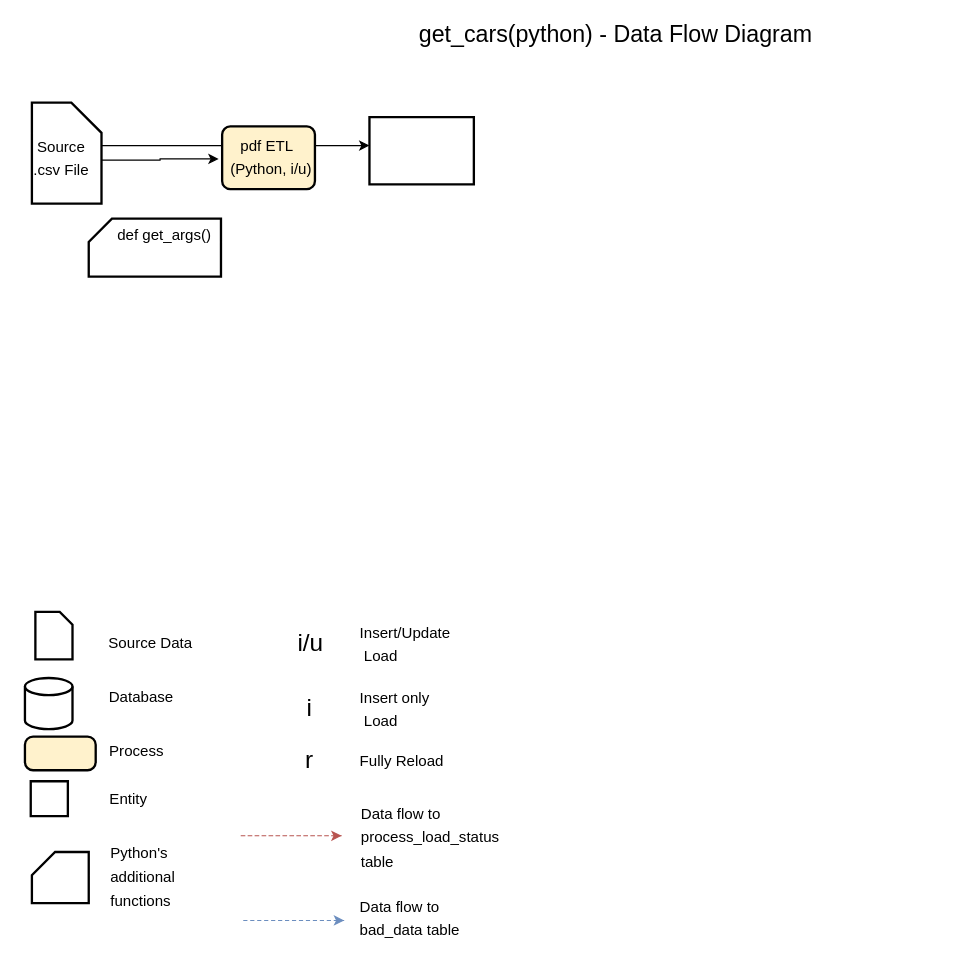
This is page "DF Diagram" (1 of 4) of diagrams/get_cars(python) - data flow diagram.drawio from mrM0nk/data_engineer_2023, a draw.io file, before an edit. Source tidied: cells renumbered, new cells numbered last; positions are measured from the earlier drawing's top-left corner, leaving out a move shared by most shapes. Both pictures are drawn from the tidied source at 116%, with x=0, y=0 at pixel (20, 21).
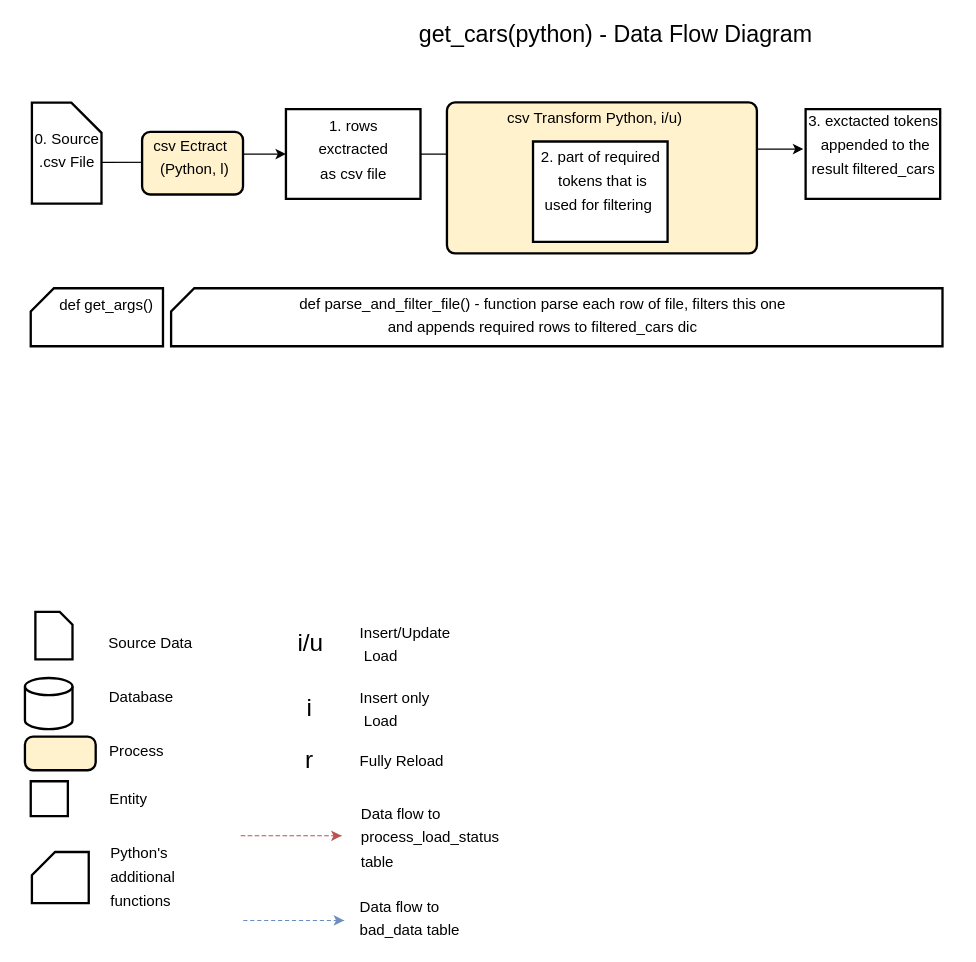
Above is the later version.

Unchanged cells that the change refers to:
```xml
<mxCell id="4" style="verticalLabelPosition=bottom;verticalAlign=top;html=1;strokeWidth=2;shape=card;whiteSpace=wrap;size=26;arcSize=12;startSize=26;fillColor=#FFFFFF;fontSize=17;direction=south;" parent="1" vertex="1">
  <mxGeometry x="10" y="70" width="60" height="87" as="geometry" />
</mxCell>
```

What changed in the source:
```diff
@@
-    <mxCell id="3" style="edgeStyle=orthogonalEdgeStyle;rounded=0;jettySize=auto;html=1;exitX=1;exitY=0.543;exitDx=0;exitDy=0;exitPerimeter=0;startArrow=none;startFill=0;startSize=6;endArrow=classic;endFill=1;fontSize=17;" parent="1" edge="1" source="9" target="7">
-      <mxGeometry relative="1" as="geometry">
-        <Array as="points">
-          <mxPoint x="69" y="107" />
-        </Array>
-      </mxGeometry>
+    <mxCell id="3" style="edgeStyle=orthogonalEdgeStyle;rounded=0;jettySize=auto;html=1;startArrow=none;startFill=0;startSize=6;endArrow=classic;endFill=1;fontSize=17;exitX=0.591;exitY=0.009;exitDx=0;exitDy=0;exitPerimeter=0;" parent="1" edge="1" source="4" target="7">
+      <mxGeometry relative="1" as="geometry" />
     </mxCell>
@@
     <mxCell id="5" style="rounded=1;whiteSpace=wrap;html=1;absoluteArcSize=1;arcSize=14;strokeWidth=2;startSize=26;fillColor=#fff2cc;fontSize=17;" parent="1" vertex="1">
-      <mxGeometry x="174" y="90.5" width="80" height="54" as="geometry" />
+      <mxGeometry x="105" y="95.2" width="87" height="54" as="geometry" />
     </mxCell>
-    <mxCell id="6" value="&lt;font style=&quot;font-size: 13px&quot;&gt;pdf ETL&amp;nbsp;&amp;nbsp;&lt;br&gt;(Python, i/u)&lt;/font&gt;" style="text;html=1;points=[];align=center;verticalAlign=top;spacingTop=-4;fontSize=17;" parent="1" vertex="1">
-      <mxGeometry x="171" y="93.5" width="90" height="50" as="geometry" />
+    <mxCell id="6" value="&lt;font style=&quot;font-size: 13px&quot;&gt;csv Ectract&amp;nbsp;&amp;nbsp;&lt;br&gt;(Python, l)&lt;/font&gt;" style="text;html=1;points=[];align=center;verticalAlign=top;spacingTop=-4;fontSize=17;" parent="1" vertex="1">
+      <mxGeometry x="105" y="94.2" width="90" height="50" as="geometry" />
     </mxCell>
+    <mxCell id="32" style="edgeStyle=orthogonalEdgeStyle;rounded=0;jettySize=auto;html=1;" parent="1" edge="1" source="7">
+      <mxGeometry relative="1" as="geometry">
+        <mxPoint x="675" y="110" as="targetPoint" />
+      </mxGeometry>
+    </mxCell>
     <mxCell id="7" style="verticalLabelPosition=bottom;verticalAlign=top;html=1;strokeWidth=2;shape=card;whiteSpace=wrap;size=0;arcSize=12;startSize=26;fontSize=17;" parent="1" vertex="1">
-      <mxGeometry x="301" y="82.5" width="90" height="58" as="geometry" />
+      <mxGeometry x="229" y="75.5" width="116" height="77.5" as="geometry" />
     </mxCell>
-    <mxCell id="8" style="edgeStyle=orthogonalEdgeStyle;rounded=0;jettySize=auto;html=1;" parent="1" edge="1" source="9" target="6">
-      <mxGeometry relative="1" as="geometry" />
-    </mxCell>
-    <mxCell id="9" value="&lt;font style=&quot;font-size: 13px&quot;&gt;Source&lt;br&gt;.csv File&lt;/font&gt;" style="text;html=1;points=[];align=center;verticalAlign=top;spacingTop=-4;fontSize=17;" parent="1" vertex="1">
-      <mxGeometry y="94.5" width="70" height="50" as="geometry" />
+    <mxCell id="9" value="&lt;font style=&quot;font-size: 13px&quot;&gt;0. Source&lt;br&gt;.csv File&lt;/font&gt;" style="text;html=1;points=[];align=center;verticalAlign=top;spacingTop=-4;fontSize=17;" parent="1" vertex="1">
+      <mxGeometry y="88.2" width="80" height="50" as="geometry" />
     </mxCell>
@@
     <mxCell id="30" style="verticalLabelPosition=bottom;verticalAlign=top;html=1;strokeWidth=2;shape=card;whiteSpace=wrap;size=20;arcSize=12;" parent="1" vertex="1">
-      <mxGeometry x="59" y="170" width="114" height="50" as="geometry" />
+      <mxGeometry x="9" y="230" width="114" height="50" as="geometry" />
     </mxCell>
     <mxCell id="31" value="&lt;span style=&quot;font-size: 13px;&quot;&gt;def get_args()&lt;/span&gt;" style="text;html=1;align=center;verticalAlign=top;spacingTop=-4;fontSize=17;" parent="1" vertex="1">
-      <mxGeometry x="74" y="171" width="100" height="30" as="geometry" />
+      <mxGeometry x="24" y="231" width="100" height="30" as="geometry" />
     </mxCell>
+    <mxCell id="33" value="&lt;span style=&quot;font-size: 13px;&quot;&gt;1. rows &lt;br&gt;exctracted &lt;br&gt;as csv file&lt;/span&gt;" style="text;html=1;align=center;verticalAlign=top;spacingTop=-4;fontSize=17;" parent="1" vertex="1">
+      <mxGeometry x="247" y="77.2" width="80" height="70" as="geometry" />
+    </mxCell>
+    <mxCell id="34" style="rounded=1;whiteSpace=wrap;html=1;absoluteArcSize=1;arcSize=14;strokeWidth=2;startSize=26;fillColor=#fff2cc;fontSize=17;" parent="1" vertex="1">
+      <mxGeometry x="367.8" y="69.8" width="267.2" height="130.2" as="geometry" />
+    </mxCell>
+    <mxCell id="35" value="&lt;font style=&quot;font-size: 13px&quot;&gt;csv Transform Python, i/u)&lt;/font&gt;" style="text;html=1;align=center;verticalAlign=top;spacingTop=-4;fontSize=17;" parent="1" vertex="1">
+      <mxGeometry x="410" y="70.2" width="170" height="30" as="geometry" />
+    </mxCell>
+    <mxCell id="36" style="verticalLabelPosition=bottom;verticalAlign=top;html=1;strokeWidth=2;shape=card;whiteSpace=wrap;size=0;arcSize=12;startSize=26;fontSize=17;" parent="1" vertex="1">
+      <mxGeometry x="442" y="103.5" width="116" height="86.5" as="geometry" />
+    </mxCell>
+    <mxCell id="37" value="&lt;span style=&quot;font-size: 13px;&quot;&gt;2. part of required&lt;br&gt;&amp;nbsp;tokens&amp;nbsp;that is &lt;br&gt;used for filtering&amp;nbsp;&lt;br&gt;&lt;/span&gt;" style="text;html=1;align=center;verticalAlign=top;spacingTop=-4;fontSize=17;" parent="1" vertex="1">
+      <mxGeometry x="435" y="104" width="130" height="70" as="geometry" />
+    </mxCell>
+    <mxCell id="38" style="verticalLabelPosition=bottom;verticalAlign=top;html=1;strokeWidth=2;shape=card;whiteSpace=wrap;size=20;arcSize=12;" parent="1" vertex="1">
+      <mxGeometry x="130" y="230" width="665" height="50" as="geometry" />
+    </mxCell>
+    <mxCell id="39" value="&lt;span style=&quot;font-size: 13px;&quot;&gt;def parse_and_filter_file() - function parse each row of file, filters this one &lt;br&gt;and appends required rows to filtered_cars dic&lt;/span&gt;" style="text;html=1;align=center;verticalAlign=top;spacingTop=-4;fontSize=17;" parent="1" vertex="1">
+      <mxGeometry x="230" y="230" width="440" height="50" as="geometry" />
+    </mxCell>
+    <mxCell id="40" style="verticalLabelPosition=bottom;verticalAlign=top;html=1;strokeWidth=2;shape=card;whiteSpace=wrap;size=0;arcSize=12;startSize=26;fontSize=17;" parent="1" vertex="1">
+      <mxGeometry x="677" y="75.5" width="116" height="77.5" as="geometry" />
+    </mxCell>
+    <mxCell id="41" value="&lt;span style=&quot;font-size: 13px;&quot;&gt;3. exctacted tokens&amp;nbsp;&lt;br&gt;appended to the&lt;br&gt;result filtered_cars&amp;nbsp;&lt;br&gt;&lt;/span&gt;" style="text;html=1;align=center;verticalAlign=top;spacingTop=-4;fontSize=17;" parent="1" vertex="1">
+      <mxGeometry x="667" y="73.2" width="140" height="70" as="geometry" />
+    </mxCell>
```
